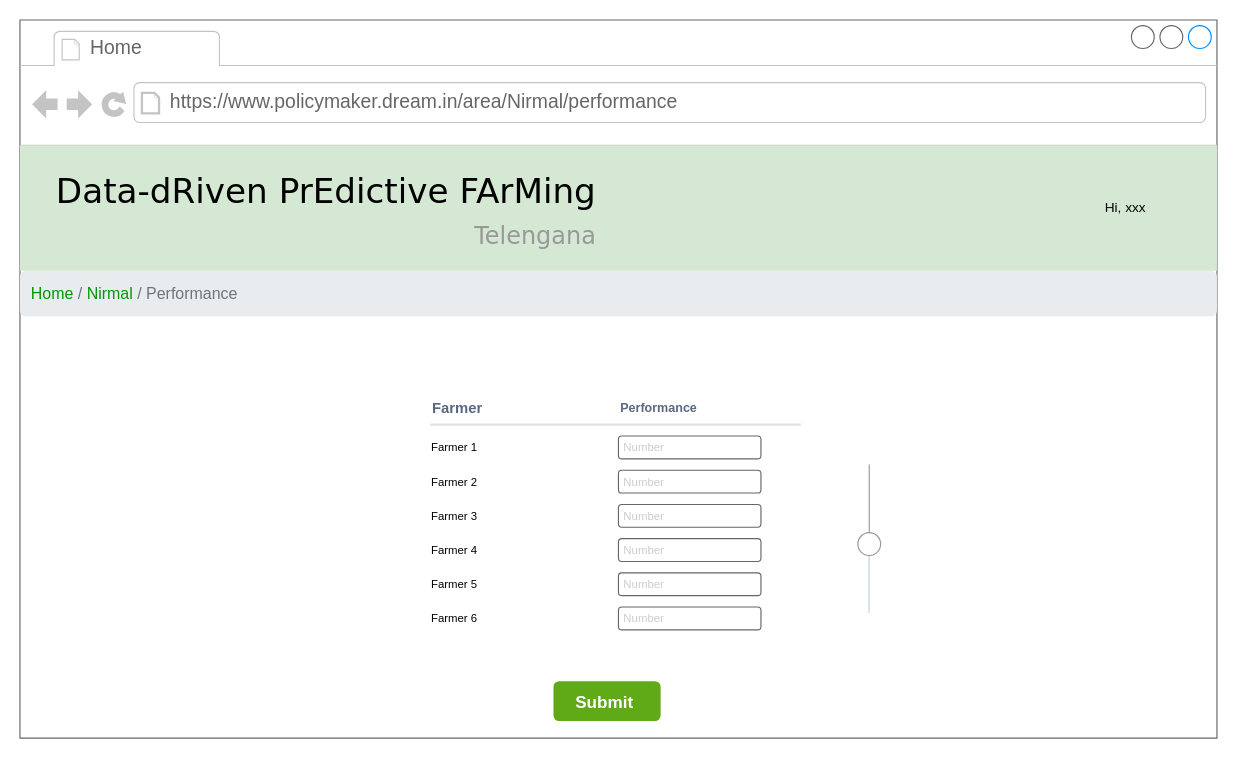
Above: page "pm-update performance" (10 of 26) of RASD/UML/User Interface.drawio in ictar/DREAM-SE2-Project-2022 (draw.io), before the change. Source tidied: cells renumbered, new cells numbered last; positions are measured from the earlier drawing's top-left corner, leaving out a move shared by most shapes. Both pictures are drawn from the tidied source at 114%, with x=0, y=0 at pixel (19, 19).
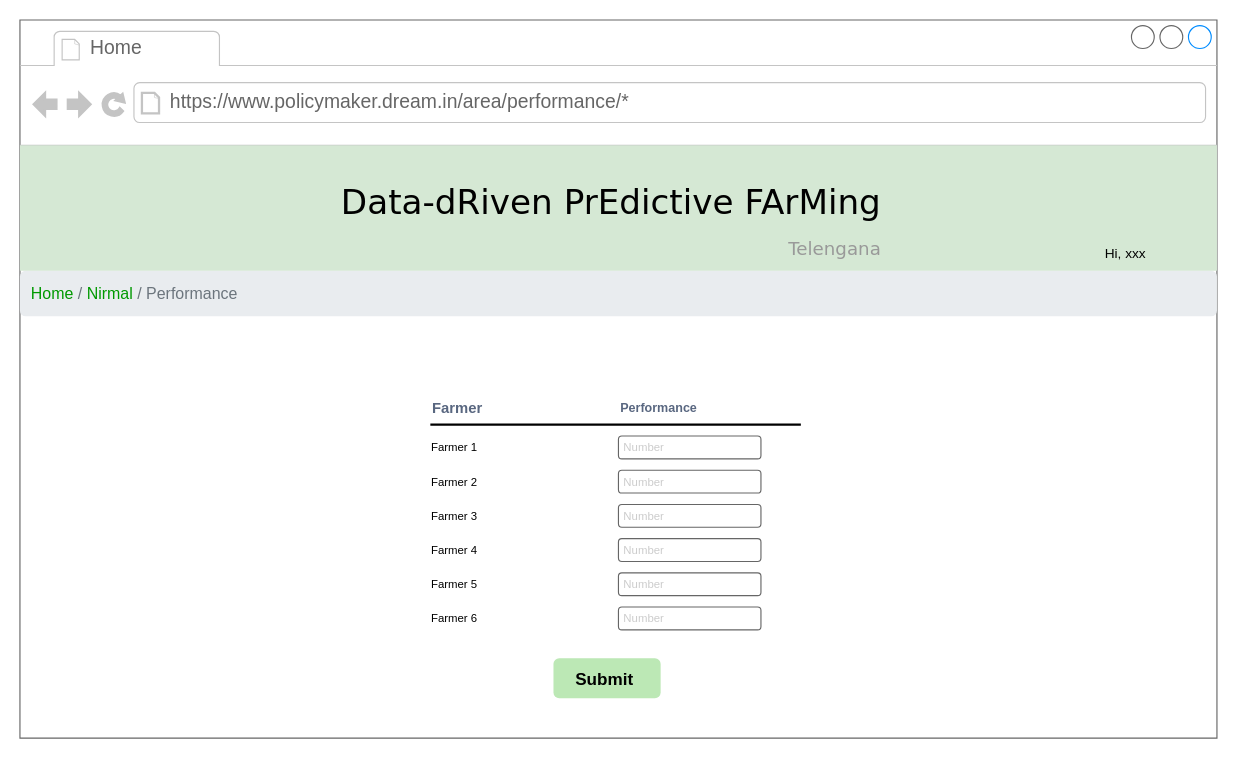
Above is the later version.

The change refers to these unchanged cells:
```xml
<mxCell id="2" style="strokeWidth=1;shadow=0;dashed=0;align=center;html=1;shape=mxgraph.mockup.containers.browserWindow;rSize=0;strokeColor=none;mainText=,;rounded=0;labelBackgroundColor=none;fontFamily=Verdana;fontSize=12;" parent="1" vertex="1">
  <mxGeometry width="1050" height="630" as="geometry" />
</mxCell>
<mxCell id="6" style="group;" parent="2" vertex="1">
  <mxGeometry x="355" y="330" width="330" height="210" as="geometry" />
</mxCell>
<mxCell id="24" style="group;" parent="1" vertex="1">
  <mxGeometry y="110" width="1050" height="150" as="geometry" />
</mxCell>
```

Change to the diagram source:
```diff
@@
-    <mxCell id="4" value="https://www.policymaker.dream.in/area/Nirmal/performance" style="strokeWidth=1;shadow=0;dashed=0;align=center;html=1;shape=mxgraph.mockup.containers.anchor;rSize=0;fontSize=17;fontColor=#666666;align=left;" parent="2" vertex="1">
+    <mxCell id="4" value="https://www.policymaker.dream.in/area/performance/*" style="strokeWidth=1;shadow=0;dashed=0;align=center;html=1;shape=mxgraph.mockup.containers.anchor;rSize=0;fontSize=17;fontColor=#666666;align=left;" parent="2" vertex="1">
       <mxGeometry x="130" y="60" width="250" height="26" as="geometry" />
     </mxCell>
@@
-    <mxCell id="8" style="shape=line;strokeWidth=2;html=1;strokeColor=#DFE1E5;fontSize=16;fontColor=#000000;fillColor=none;" parent="6" vertex="1">
+    <mxCell id="8" style="shape=line;strokeWidth=2;html=1;strokeColor=#000000;fontSize=16;fontColor=#000000;fillColor=none;" parent="6" vertex="1">
       <mxGeometry x="5" y="20" width="325" height="10" as="geometry" />
     </mxCell>
@@
-    <mxCell id="22" value="&lt;font size=&quot;1&quot;&gt;&lt;b style=&quot;font-size: 15px&quot;&gt;Submit&amp;nbsp;&lt;/b&gt;&lt;/font&gt;" style="html=1;shadow=0;dashed=0;shape=mxgraph.bootstrap.rrect;rSize=5;strokeColor=none;strokeWidth=3;fillColor=#60a917;fontColor=#ffffff;whiteSpace=wrap;align=center;verticalAlign=middle;spacingLeft=0;fontStyle=0;fontSize=16;spacing=5;" parent="2" vertex="1">
-      <mxGeometry x="468" y="580" width="94" height="35" as="geometry" />
+    <mxCell id="22" value="&lt;font size=&quot;1&quot; color=&quot;#000000&quot;&gt;&lt;b style=&quot;font-size: 15px&quot;&gt;Submit&amp;nbsp;&lt;/b&gt;&lt;/font&gt;" style="html=1;shadow=0;dashed=0;shape=mxgraph.bootstrap.rrect;rSize=5;strokeColor=none;strokeWidth=3;fillColor=#BCE8B5;whiteSpace=wrap;align=center;verticalAlign=middle;spacingLeft=0;fontStyle=0;fontSize=16;spacing=5;" parent="2" vertex="1">
+      <mxGeometry x="468" y="560" width="94" height="35" as="geometry" />
     </mxCell>
-    <mxCell id="23" style="verticalLabelPosition=bottom;shadow=0;dashed=0;align=center;html=1;verticalAlign=top;strokeWidth=1;shape=mxgraph.mockup.forms.horSlider;strokeColor=#999999;sliderStyle=basic;sliderPos=46.044;handleStyle=circle;fillColor2=#ddeeff;direction=north;" parent="2" vertex="1">
-      <mxGeometry x="730" y="390" width="30" height="130" as="geometry" />
-    </mxCell>
@@
-    <mxCell id="26" value="Data-dRiven PrEdictive FArMing&lt;br&gt;&lt;div style=&quot;text-align: right&quot;&gt;&lt;font style=&quot;font-size: 21px&quot; color=&quot;#999999&quot;&gt;Telengana&lt;/font&gt;&lt;/div&gt;" style="text;html=1;align=left;verticalAlign=top;spacingTop=-4;fontSize=30;fontFamily=Verdana;" parent="24" vertex="1">
-      <mxGeometry x="30" y="20" width="480" height="70" as="geometry" />
+    <mxCell id="26" value="Data-dRiven PrEdictive FArMing&lt;br&gt;&lt;div style=&quot;text-align: right&quot;&gt;&lt;font style=&quot;font-size: 16px&quot; color=&quot;#999999&quot;&gt;Telengana&lt;/font&gt;&lt;/div&gt;" style="text;html=1;align=left;verticalAlign=top;spacingTop=-4;fontSize=30;fontFamily=Verdana;" parent="24" vertex="1">
+      <mxGeometry x="280" y="30" width="480" height="70" as="geometry" />
     </mxCell>
-    <mxCell id="27" value="Hi, xxx" style="text;html=1;strokeColor=none;fillColor=none;align=center;verticalAlign=middle;whiteSpace=wrap;rounded=0;fontSize=12;fontColor=#000000;" parent="1" vertex="1">
-      <mxGeometry x="940" y="150" width="60" height="30" as="geometry" />
+    <mxCell id="27" value="Hi, xxx" style="text;html=1;strokeColor=none;fillColor=none;align=center;verticalAlign=middle;whiteSpace=wrap;rounded=0;fontSize=12;fontColor=#000000;" parent="24" vertex="1">
+      <mxGeometry x="940" y="80" width="60" height="30" as="geometry" />
     </mxCell>
```
